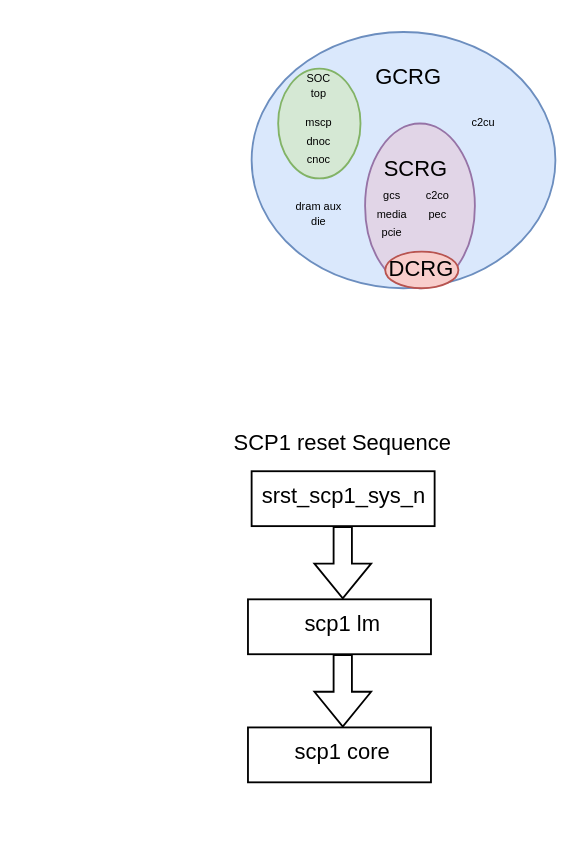
This is CRG.drawio from adrain-yu/StudyNotes, a draw.io file, before an edit. Source tidied: cells renumbered, new cells numbered last; positions are measured from the earlier drawing's top-left corner, leaving out a move shared by most shapes. Both pictures are drawn from the tidied source at 183%, with x=0, y=0 at pixel (221, 31).
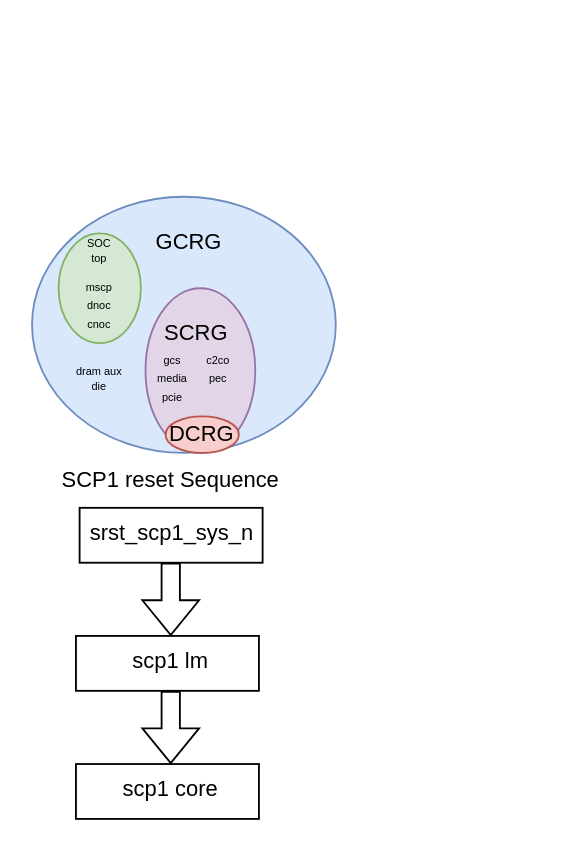
After the change.

The edit, as a diff of the source:
```diff
@@
     <mxCell id="2" style="group;" parent="1" vertex="1">
-      <mxGeometry x="16" width="166" height="140" as="geometry" />
+      <mxGeometry x="-104" y="90" width="166" height="140" as="geometry" />
     </mxCell>
@@
-    <mxCell id="9" value="c2cu" style="text;html=1;align=center;verticalAlign=middle;whiteSpace=wrap;rounded=0;fontSize=6;" parent="2" vertex="1">
-      <mxGeometry x="112" y="40" width="30" height="20" as="geometry" />
-    </mxCell>
@@
     <mxCell id="20" style="group;" parent="1" vertex="1">
-      <mxGeometry y="210" width="132" height="200" as="geometry" />
+      <mxGeometry x="-94" y="230" width="132" height="200" as="geometry" />
     </mxCell>
```
